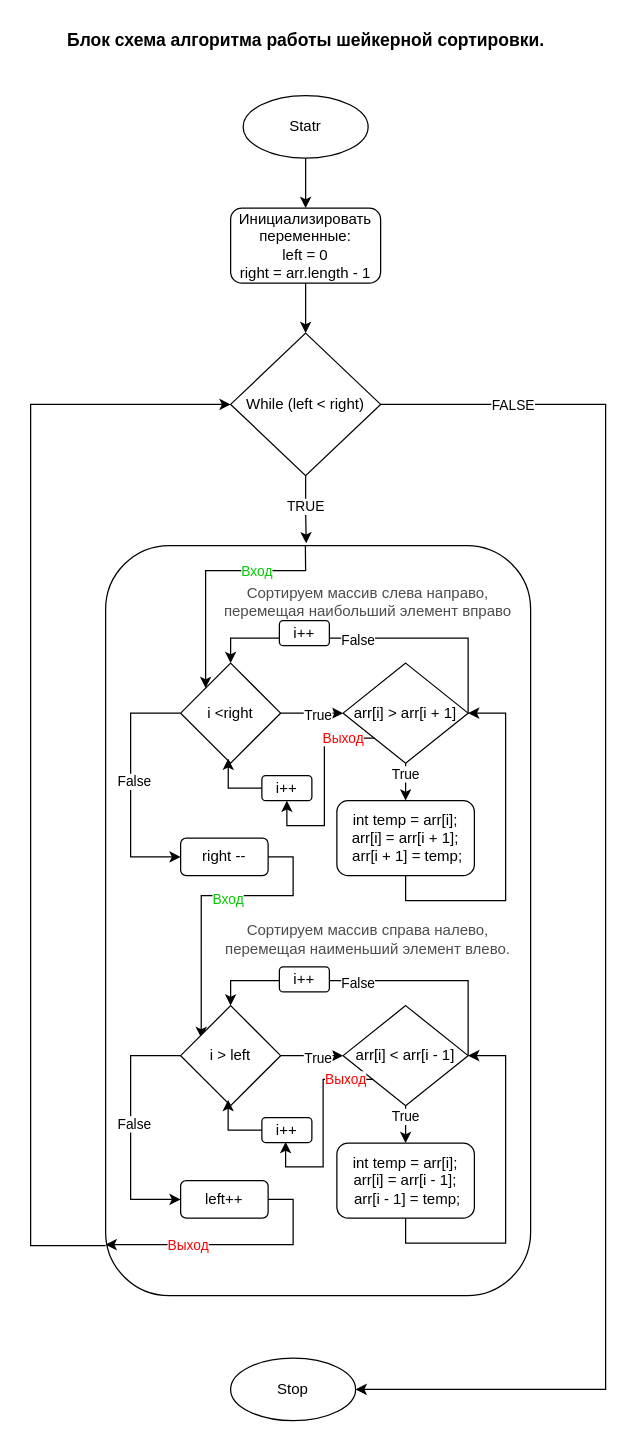
The draw.io diagram src/home_work_2/shakerSort.drawio in knapp900/Md-JC1-138-23, before the edit. Source tidied: cells renumbered, new cells numbered last; positions are measured from the earlier drawing's top-left corner, leaving out a move shared by most shapes. Both pictures are drawn from the tidied source at 125%, with x=0, y=0 at pixel (30, 21).
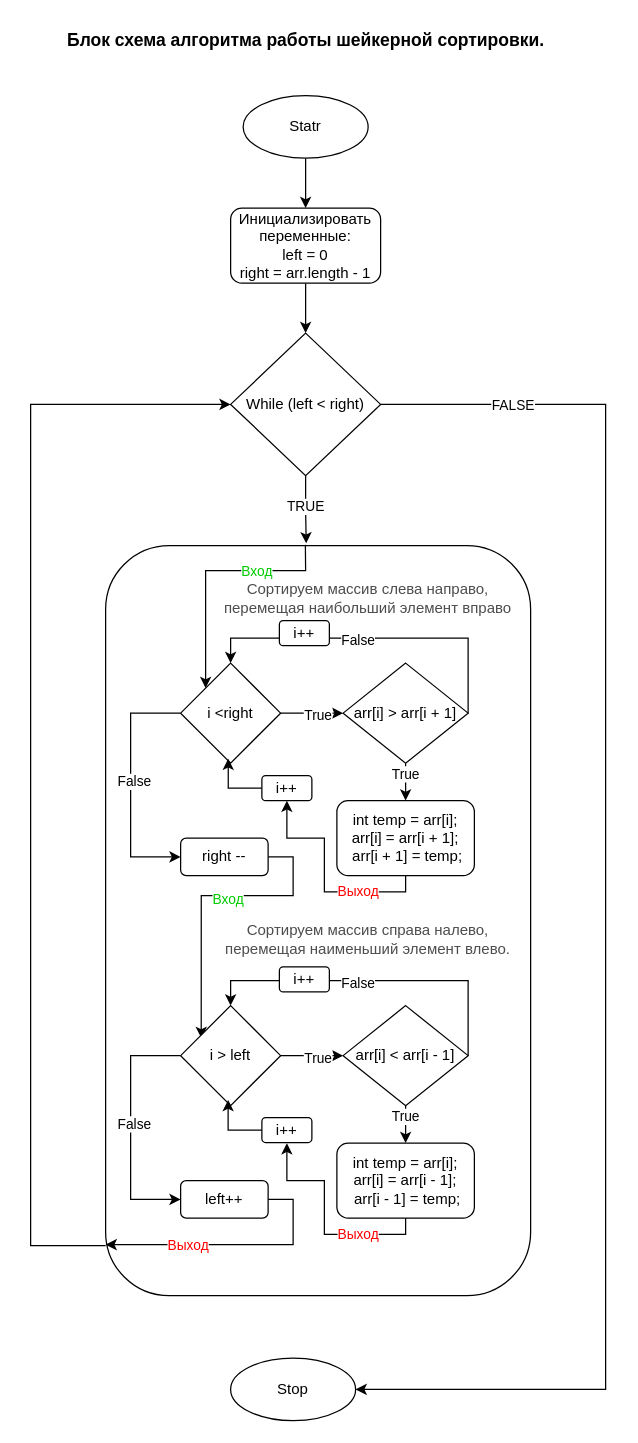
The same page after the edit.

Unchanged cells that the change refers to:
```xml
<mxCell id="26" value="arr[i] &amp;gt; arr[i + 1]" style="rhombus;whiteSpace=wrap;html=1;" parent="1" vertex="1">
  <mxGeometry x="250" y="513" width="100" height="80" as="geometry" />
</mxCell>
<mxCell id="30" value="&lt;div&gt;int temp = arr[i];&lt;/div&gt;&lt;div&gt;arr[i] = arr[i + 1];&lt;/div&gt;&lt;div&gt;&amp;nbsp;arr[i + 1] = temp;&lt;/div&gt;" style="rounded=1;whiteSpace=wrap;html=1;fontSize=12;glass=0;strokeWidth=1;shadow=0;" parent="1" vertex="1">
  <mxGeometry x="245" y="623" width="110" height="60" as="geometry" />
</mxCell>
<mxCell id="45" value="&lt;div&gt;int temp = arr[i];&lt;/div&gt;&lt;div&gt;&lt;span style=&quot;background-color: initial;&quot;&gt;arr[i] = arr[i - 1];&lt;/span&gt;&lt;/div&gt;&lt;div&gt;&amp;nbsp;arr[i - 1] = temp;&lt;/div&gt;" style="rounded=1;whiteSpace=wrap;html=1;fontSize=12;glass=0;strokeWidth=1;shadow=0;" parent="1" vertex="1">
  <mxGeometry x="245" y="897" width="110" height="60" as="geometry" />
</mxCell>
<mxCell id="52" value="i++" style="rounded=1;whiteSpace=wrap;html=1;fontSize=12;glass=0;strokeWidth=1;shadow=0;" parent="1" vertex="1">
  <mxGeometry x="185" y="603" width="40" height="20" as="geometry" />
</mxCell>
```

Change to the diagram source:
```diff
@@
-    <mxCell id="27" style="edgeStyle=orthogonalEdgeStyle;rounded=0;jettySize=auto;html=1;" parent="1" edge="1" source="30">
+    <mxCell id="27" style="edgeStyle=orthogonalEdgeStyle;rounded=0;jettySize=auto;html=1;entryX=0.5;entryY=1;entryDx=0;entryDy=0;" parent="1" edge="1" source="30" target="52">
       <mxGeometry relative="1" as="geometry">
-        <mxPoint x="350" y="553" as="targetPoint" />
         <Array as="points">
-          <mxPoint x="300" y="703" />
-          <mxPoint x="380" y="703" />
-          <mxPoint x="380" y="553" />
+          <mxPoint x="300" y="696" />
+          <mxPoint x="235" y="696" />
+          <mxPoint x="235" y="653" />
+          <mxPoint x="205" y="653" />
         </Array>
       </mxGeometry>
     </mxCell>
-    <mxCell id="28" style="edgeStyle=orthogonalEdgeStyle;rounded=0;jettySize=auto;html=1;entryX=0.5;entryY=1;entryDx=0;entryDy=0;exitX=0;exitY=1;exitDx=0;exitDy=0;" parent="1" edge="1" source="26" target="52">
-      <mxGeometry relative="1" as="geometry">
-        <Array as="points">
-          <mxPoint x="235" y="573" />
-          <mxPoint x="235" y="643" />
-          <mxPoint x="205" y="643" />
-        </Array>
-      </mxGeometry>
-    </mxCell>
-    <mxCell id="29" value="&lt;font color=&quot;#ff0000&quot;&gt;Выход&lt;/font&gt;" style="edgeLabel;html=1;align=center;verticalAlign=middle;" parent="28" vertex="1">
-      <mxGeometry x="-0.68" y="-1" relative="1" as="geometry" />
-    </mxCell>
+    <mxCell id="59" value="&lt;font color=&quot;#ff0000&quot;&gt;Выход&lt;/font&gt;" style="edgeLabel;html=1;align=center;verticalAlign=middle;" parent="27" vertex="1">
+      <mxGeometry x="-0.43" y="-1" relative="1" as="geometry" />
+    </mxCell>
@@
-    <mxCell id="44" style="edgeStyle=orthogonalEdgeStyle;rounded=0;jettySize=auto;html=1;" parent="1" edge="1" source="45">
-      <mxGeometry relative="1" as="geometry">
-        <mxPoint x="350" y="827" as="targetPoint" />
-        <Array as="points">
-          <mxPoint x="300" y="977" />
-          <mxPoint x="380" y="977" />
-          <mxPoint x="380" y="827" />
-        </Array>
-      </mxGeometry>
-    </mxCell>
@@
     <mxCell id="46" value="&lt;font color=&quot;#4d4d4d&quot;&gt;Сортируем массив слева направо, перемещая наибольший элемент вправо&lt;/font&gt;" style="text;html=1;strokeColor=none;fillColor=none;align=center;verticalAlign=middle;whiteSpace=wrap;rounded=0;" parent="1" vertex="1">
-      <mxGeometry x="150" y="449" width="240" height="30" as="geometry" />
+      <mxGeometry x="150" y="446" width="240" height="30" as="geometry" />
     </mxCell>
@@
-    <mxCell id="57" style="edgeStyle=orthogonalEdgeStyle;rounded=0;orthogonalLoop=1;jettySize=auto;html=1;entryX=0.5;entryY=1;entryDx=0;entryDy=0;exitX=0;exitY=1;exitDx=0;exitDy=0;" parent="1" edge="1">
-      <mxGeometry relative="1" as="geometry">
-        <mxPoint x="274" y="846" as="sourcePoint" />
-        <mxPoint x="204" y="896" as="targetPoint" />
-        <Array as="points">
-          <mxPoint x="234" y="846" />
-          <mxPoint x="234" y="916" />
-          <mxPoint x="204" y="916" />
-        </Array>
-      </mxGeometry>
-    </mxCell>
-    <mxCell id="58" value="&lt;font color=&quot;#ff0000&quot;&gt;Выход&lt;/font&gt;" style="edgeLabel;html=1;align=center;verticalAlign=middle;" parent="57" vertex="1">
-      <mxGeometry x="-0.71" y="-1" relative="1" as="geometry" />
-    </mxCell>
+    <mxCell id="60" style="edgeStyle=orthogonalEdgeStyle;rounded=0;orthogonalLoop=1;jettySize=auto;html=1;entryX=0.5;entryY=1;entryDx=0;entryDy=0;" parent="1" edge="1">
+      <mxGeometry relative="1" as="geometry">
+        <mxPoint x="300" y="957" as="sourcePoint" />
+        <mxPoint x="205" y="897" as="targetPoint" />
+        <Array as="points">
+          <mxPoint x="300" y="970" />
+          <mxPoint x="235" y="970" />
+          <mxPoint x="235" y="927" />
+          <mxPoint x="205" y="927" />
+        </Array>
+      </mxGeometry>
+    </mxCell>
+    <mxCell id="61" value="&lt;font color=&quot;#ff0000&quot;&gt;Выход&lt;/font&gt;" style="edgeLabel;html=1;align=center;verticalAlign=middle;" parent="60" vertex="1">
+      <mxGeometry x="-0.43" y="-1" relative="1" as="geometry" />
+    </mxCell>
```
